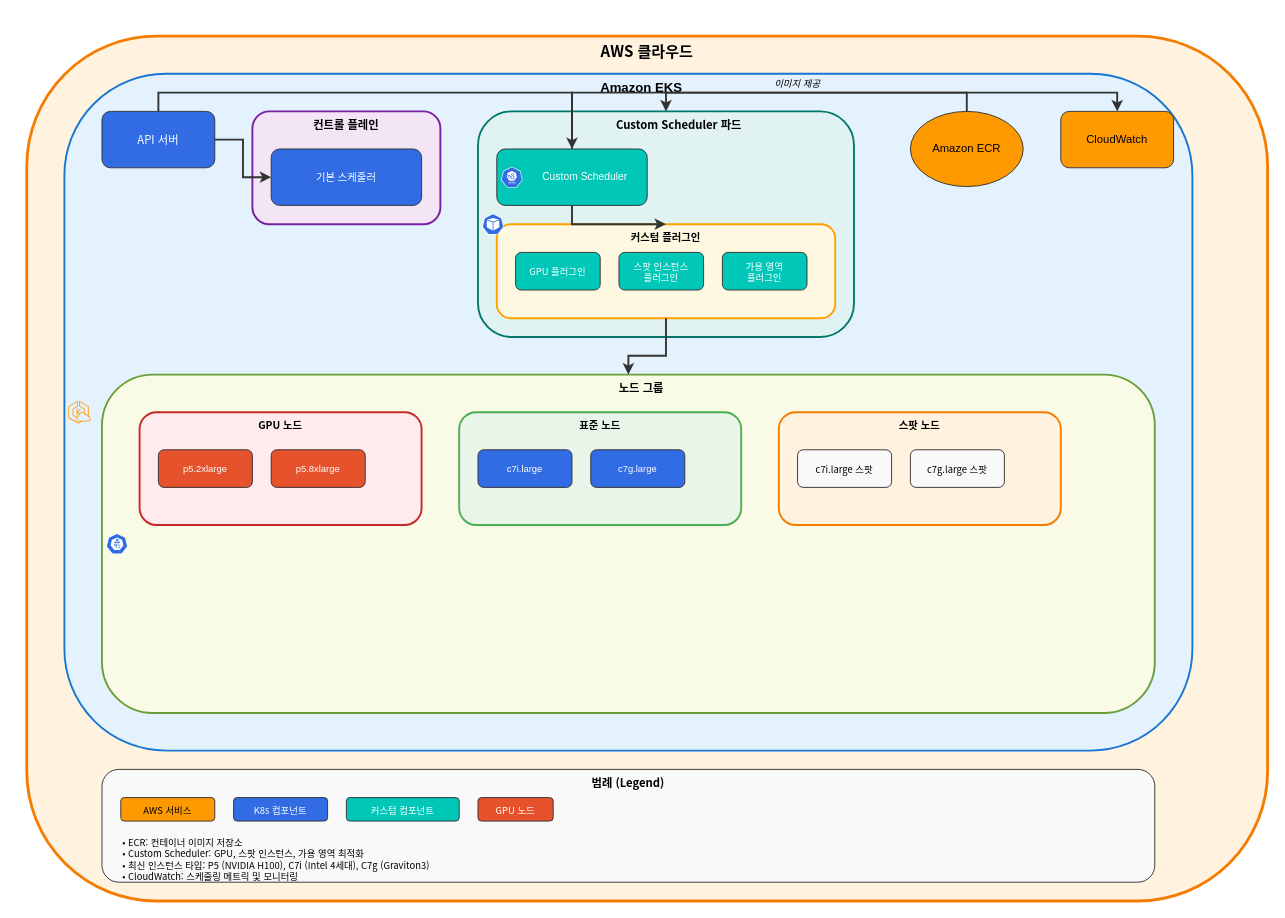
Before: assets/generated-diagrams/aws-eks-custom-scheduler.drawio in Atom-oh/kubernetes-docs, a draw.io diagram. Source tidied: cells renumbered, new cells numbered last; positions are measured from the earlier drawing's top-left corner, leaving out a move shared by most shapes. Both pictures are drawn from the tidied source at 94%, with x=0, y=0 at pixel (26, 36).
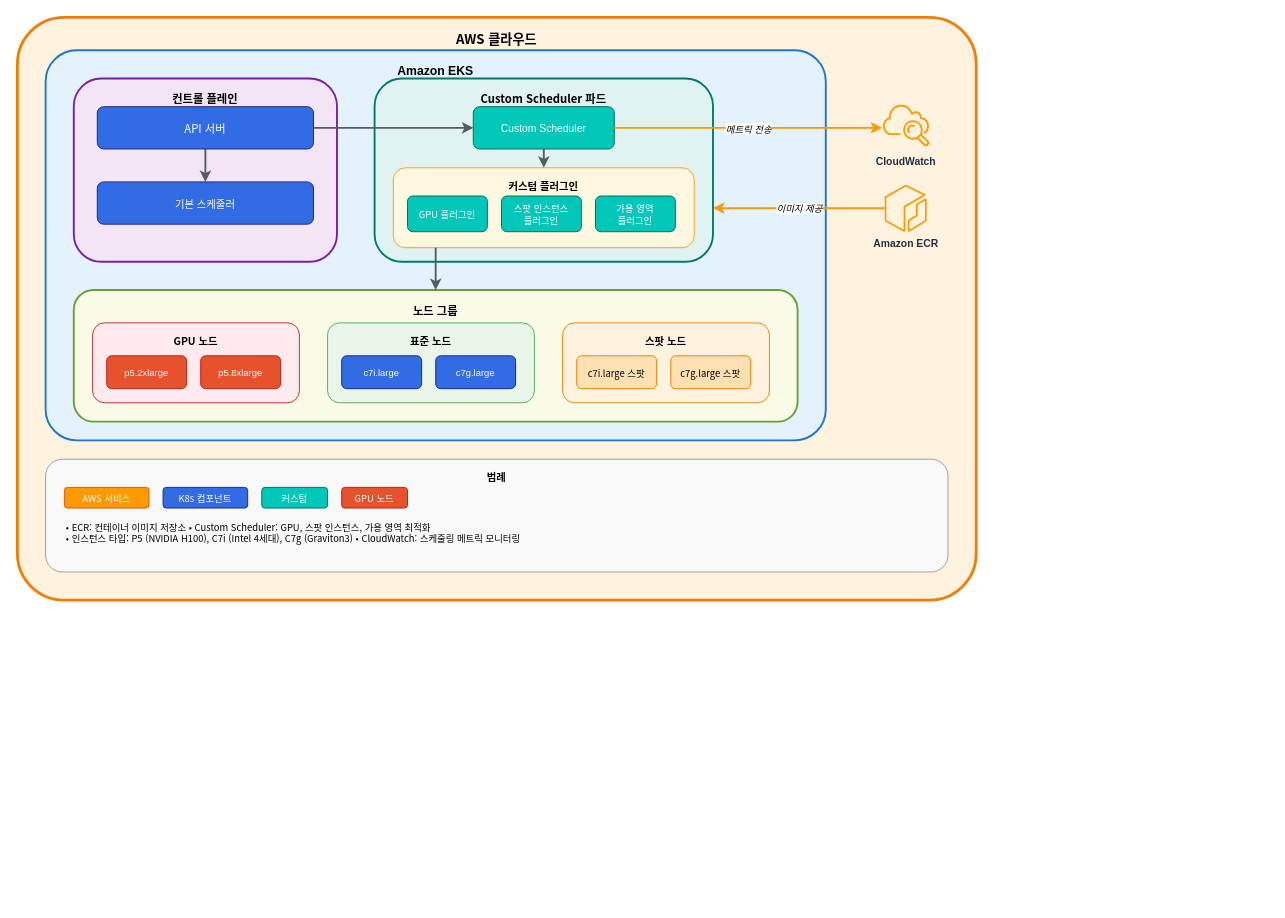
After the change.

What changed in the source:
```diff
@@
-    <mxCell id="2" value="AWS 클라우드" style="rounded=1;whiteSpace=wrap;html=1;fillColor=#FFF3E0;strokeColor=#F57C00;strokeWidth=3;fontSize=16;fontStyle=1;verticalAlign=top;fontFamily=Noto Sans CJK KR;" parent="1" vertex="1">
-      <mxGeometry width="1320" height="920" as="geometry" />
+    <mxCell id="2" value="AWS 클라우드" style="rounded=1;whiteSpace=wrap;html=1;fillColor=#FFF3E0;strokeColor=#F57C00;strokeWidth=3;fontSize=14;fontStyle=1;verticalAlign=top;spacingTop=8;fontFamily=Noto Sans CJK KR;arcSize=8;" parent="1" vertex="1">
+      <mxGeometry x="-10" y="-20" width="1020" height="620" as="geometry" />
     </mxCell>
-    <mxCell id="3" value="Amazon EKS" style="rounded=1;whiteSpace=wrap;html=1;fillColor=#E3F2FD;strokeColor=#1976D2;strokeWidth=2;fontSize=14;fontStyle=1;verticalAlign=top;spacingLeft=28;" parent="1" vertex="1">
-      <mxGeometry x="40" y="40" width="1200" height="720" as="geometry" />
+    <mxCell id="3" value="Amazon EKS" style="rounded=1;whiteSpace=wrap;html=1;fillColor=#E3F2FD;strokeColor=#1976D2;strokeWidth=2;fontSize=13;fontStyle=1;verticalAlign=top;spacingTop=8;arcSize=8;" parent="1" vertex="1">
+      <mxGeometry x="20" y="15" width="830" height="415" as="geometry" />
     </mxCell>
-    <mxCell id="4" value="API 서버" style="rounded=1;whiteSpace=wrap;html=1;fillColor=#326CE5;strokeColor=#333333;fontSize=12;fontColor=white;fontFamily=Noto Sans CJK KR;" parent="1" vertex="1">
-      <mxGeometry x="80" y="80" width="120" height="60" as="geometry" />
-    </mxCell>
-    <mxCell id="5" value="컨트롤 플레인" style="rounded=1;whiteSpace=wrap;html=1;fillColor=#F3E5F5;strokeColor=#7B1FA2;strokeWidth=2;fontSize=12;fontStyle=1;verticalAlign=top;fontFamily=Noto Sans CJK KR;" parent="1" vertex="1">
-      <mxGeometry x="240" y="80" width="200" height="120" as="geometry" />
+    <mxCell id="5" value="컨트롤 플레인" style="rounded=1;whiteSpace=wrap;html=1;fillColor=#F3E5F5;strokeColor=#7B1FA2;strokeWidth=2;fontSize=12;fontStyle=1;verticalAlign=top;spacingTop=8;fontFamily=Noto Sans CJK KR;" parent="1" vertex="1">
+      <mxGeometry x="50" y="45" width="280" height="195" as="geometry" />
     </mxCell>
-    <mxCell id="6" value="기본 스케줄러" style="rounded=1;whiteSpace=wrap;html=1;fillColor=#326CE5;strokeColor=#333333;fontSize=11;fontColor=white;fontFamily=Noto Sans CJK KR;" parent="1" vertex="1">
-      <mxGeometry x="260" y="120" width="160" height="60" as="geometry" />
+    <mxCell id="6" value="기본 스케줄러" style="rounded=1;whiteSpace=wrap;html=1;fillColor=#326CE5;strokeColor=#1A237E;fontSize=11;fontColor=white;fontFamily=Noto Sans CJK KR;" parent="1" vertex="1">
+      <mxGeometry x="75" y="155" width="230" height="45" as="geometry" />
     </mxCell>
-    <mxCell id="7" value="Custom Scheduler 파드" style="rounded=1;whiteSpace=wrap;html=1;fillColor=#E0F2F1;strokeColor=#00796B;strokeWidth=2;fontSize=12;fontStyle=1;verticalAlign=top;fontFamily=Noto Sans CJK KR;spacingLeft=28;" parent="1" vertex="1">
-      <mxGeometry x="480" y="80" width="400" height="240" as="geometry" />
+    <mxCell id="7" value="Custom Scheduler 파드" style="rounded=1;whiteSpace=wrap;html=1;fillColor=#E0F2F1;strokeColor=#00796B;strokeWidth=2;fontSize=12;fontStyle=1;verticalAlign=top;spacingTop=8;fontFamily=Noto Sans CJK KR;" parent="1" vertex="1">
+      <mxGeometry x="370" y="45" width="360" height="195" as="geometry" />
     </mxCell>
-    <mxCell id="8" value="Custom Scheduler" style="rounded=1;whiteSpace=wrap;html=1;fillColor=#00C7B7;strokeColor=#333333;fontSize=11;fontColor=white;spacingLeft=28;" parent="1" vertex="1">
-      <mxGeometry x="500" y="120" width="160" height="60" as="geometry" />
+    <mxCell id="8" value="Custom Scheduler" style="rounded=1;whiteSpace=wrap;html=1;fillColor=#00C7B7;strokeColor=#00695C;fontSize=11;fontColor=white;" parent="1" vertex="1">
+      <mxGeometry x="475" y="75" width="150" height="45" as="geometry" />
     </mxCell>
-    <mxCell id="9" value="커스텀 플러그인" style="rounded=1;whiteSpace=wrap;html=1;fillColor=#FFF8E1;strokeColor=#FFA000;strokeWidth=2;fontSize=11;fontStyle=1;verticalAlign=top;fontFamily=Noto Sans CJK KR;" parent="1" vertex="1">
-      <mxGeometry x="500" y="200" width="360" height="100" as="geometry" />
+    <mxCell id="9" value="커스텀 플러그인" style="rounded=1;whiteSpace=wrap;html=1;fillColor=#FFF8E1;strokeColor=#FFA000;strokeWidth=1;fontSize=11;fontStyle=1;verticalAlign=top;spacingTop=6;fontFamily=Noto Sans CJK KR;" parent="1" vertex="1">
+      <mxGeometry x="390" y="140" width="320" height="85" as="geometry" />
     </mxCell>
-    <mxCell id="10" value="GPU 플러그인" style="rounded=1;whiteSpace=wrap;html=1;fillColor=#00C7B7;strokeColor=#333333;fontSize=10;fontColor=white;fontFamily=Noto Sans CJK KR;" parent="1" vertex="1">
-      <mxGeometry x="520" y="230" width="90" height="40" as="geometry" />
+    <mxCell id="10" value="GPU 플러그인" style="rounded=1;whiteSpace=wrap;html=1;fillColor=#00C7B7;strokeColor=#00695C;fontSize=10;fontColor=white;fontFamily=Noto Sans CJK KR;" parent="1" vertex="1">
+      <mxGeometry x="405" y="170" width="85" height="38" as="geometry" />
     </mxCell>
-    <mxCell id="11" value="스팟 인스턴스&#10;플러그인" style="rounded=1;whiteSpace=wrap;html=1;fillColor=#00C7B7;strokeColor=#333333;fontSize=10;fontColor=white;fontFamily=Noto Sans CJK KR;" parent="1" vertex="1">
-      <mxGeometry x="630" y="230" width="90" height="40" as="geometry" />
+    <mxCell id="11" value="스팟 인스턴스&#10;플러그인" style="rounded=1;whiteSpace=wrap;html=1;fillColor=#00C7B7;strokeColor=#00695C;fontSize=10;fontColor=white;fontFamily=Noto Sans CJK KR;" parent="1" vertex="1">
+      <mxGeometry x="505" y="170" width="85" height="38" as="geometry" />
     </mxCell>
-    <mxCell id="12" value="가용 영역&#10;플러그인" style="rounded=1;whiteSpace=wrap;html=1;fillColor=#00C7B7;strokeColor=#333333;fontSize=10;fontColor=white;fontFamily=Noto Sans CJK KR;" parent="1" vertex="1">
-      <mxGeometry x="740" y="230" width="90" height="40" as="geometry" />
+    <mxCell id="12" value="가용 영역&#10;플러그인" style="rounded=1;whiteSpace=wrap;html=1;fillColor=#00C7B7;strokeColor=#00695C;fontSize=10;fontColor=white;fontFamily=Noto Sans CJK KR;" parent="1" vertex="1">
+      <mxGeometry x="605" y="170" width="85" height="38" as="geometry" />
     </mxCell>
-    <mxCell id="13" value="노드 그룹" style="rounded=1;whiteSpace=wrap;html=1;fillColor=#F9FBE7;strokeColor=#689F38;strokeWidth=2;fontSize=12;fontStyle=1;verticalAlign=top;fontFamily=Noto Sans CJK KR;spacingLeft=28;" parent="1" vertex="1">
-      <mxGeometry x="80" y="360" width="1120" height="360" as="geometry" />
+    <mxCell id="13" value="노드 그룹" style="rounded=1;whiteSpace=wrap;html=1;fillColor=#F9FBE7;strokeColor=#689F38;strokeWidth=2;fontSize=12;fontStyle=1;verticalAlign=top;spacingTop=8;fontFamily=Noto Sans CJK KR;" parent="1" vertex="1">
+      <mxGeometry x="50" y="270" width="770" height="140" as="geometry" />
     </mxCell>
-    <mxCell id="14" value="GPU 노드" style="rounded=1;whiteSpace=wrap;html=1;fillColor=#FFEBEE;strokeColor=#C62828;strokeWidth=2;fontSize=11;fontStyle=1;verticalAlign=top;fontFamily=Noto Sans CJK KR;" parent="1" vertex="1">
-      <mxGeometry x="120" y="400" width="300" height="120" as="geometry" />
-    </mxCell>
+    <mxCell id="42" value="GPU 노드" style="rounded=1;whiteSpace=wrap;html=1;fillColor=#FFEBEE;strokeColor=#C62828;strokeWidth=1;fontSize=11;fontStyle=1;verticalAlign=top;spacingTop=6;fontFamily=Noto Sans CJK KR;" parent="1" vertex="1">
+      <mxGeometry x="70" y="305" width="220" height="85" as="geometry" />
+    </mxCell>
-    <mxCell id="15" value="p5.2xlarge" style="rounded=1;whiteSpace=wrap;html=1;fillColor=#E6522C;strokeColor=#333333;fontSize=10;fontColor=white;" parent="1" vertex="1">
-      <mxGeometry x="140" y="440" width="100" height="40" as="geometry" />
+    <mxCell id="15" value="p5.2xlarge" style="rounded=1;whiteSpace=wrap;html=1;fillColor=#E6522C;strokeColor=#B71C1C;fontSize=10;fontColor=white;" parent="1" vertex="1">
+      <mxGeometry x="85" y="340" width="85" height="35" as="geometry" />
     </mxCell>
-    <mxCell id="16" value="p5.8xlarge" style="rounded=1;whiteSpace=wrap;html=1;fillColor=#E6522C;strokeColor=#333333;fontSize=10;fontColor=white;" parent="1" vertex="1">
-      <mxGeometry x="260" y="440" width="100" height="40" as="geometry" />
+    <mxCell id="16" value="p5.8xlarge" style="rounded=1;whiteSpace=wrap;html=1;fillColor=#E6522C;strokeColor=#B71C1C;fontSize=10;fontColor=white;" parent="1" vertex="1">
+      <mxGeometry x="185" y="340" width="85" height="35" as="geometry" />
     </mxCell>
-    <mxCell id="17" value="표준 노드" style="rounded=1;whiteSpace=wrap;html=1;fillColor=#E8F5E8;strokeColor=#4CAF50;strokeWidth=2;fontSize=11;fontStyle=1;verticalAlign=top;fontFamily=Noto Sans CJK KR;" parent="1" vertex="1">
-      <mxGeometry x="460" y="400" width="300" height="120" as="geometry" />
+    <mxCell id="17" value="표준 노드" style="rounded=1;whiteSpace=wrap;html=1;fillColor=#E8F5E8;strokeColor=#4CAF50;strokeWidth=1;fontSize=11;fontStyle=1;verticalAlign=top;spacingTop=6;fontFamily=Noto Sans CJK KR;" parent="1" vertex="1">
+      <mxGeometry x="320" y="305" width="220" height="85" as="geometry" />
     </mxCell>
-    <mxCell id="18" value="c7i.large" style="rounded=1;whiteSpace=wrap;html=1;fillColor=#326CE5;strokeColor=#333333;fontSize=10;fontColor=white;" parent="1" vertex="1">
-      <mxGeometry x="480" y="440" width="100" height="40" as="geometry" />
+    <mxCell id="18" value="c7i.large" style="rounded=1;whiteSpace=wrap;html=1;fillColor=#326CE5;strokeColor=#1A237E;fontSize=10;fontColor=white;" parent="1" vertex="1">
+      <mxGeometry x="335" y="340" width="85" height="35" as="geometry" />
     </mxCell>
-    <mxCell id="19" value="c7g.large" style="rounded=1;whiteSpace=wrap;html=1;fillColor=#326CE5;strokeColor=#333333;fontSize=10;fontColor=white;" parent="1" vertex="1">
-      <mxGeometry x="600" y="440" width="100" height="40" as="geometry" />
+    <mxCell id="19" value="c7g.large" style="rounded=1;whiteSpace=wrap;html=1;fillColor=#326CE5;strokeColor=#1A237E;fontSize=10;fontColor=white;" parent="1" vertex="1">
+      <mxGeometry x="435" y="340" width="85" height="35" as="geometry" />
     </mxCell>
-    <mxCell id="20" value="스팟 노드" style="rounded=1;whiteSpace=wrap;html=1;fillColor=#FFF3E0;strokeColor=#F57C00;strokeWidth=2;fontSize=11;fontStyle=1;verticalAlign=top;fontFamily=Noto Sans CJK KR;" parent="1" vertex="1">
-      <mxGeometry x="800" y="400" width="300" height="120" as="geometry" />
+    <mxCell id="20" value="스팟 노드" style="rounded=1;whiteSpace=wrap;html=1;fillColor=#FFF3E0;strokeColor=#F57C00;strokeWidth=1;fontSize=11;fontStyle=1;verticalAlign=top;spacingTop=6;fontFamily=Noto Sans CJK KR;" parent="1" vertex="1">
+      <mxGeometry x="570" y="305" width="220" height="85" as="geometry" />
     </mxCell>
-    <mxCell id="21" value="c7i.large 스팟" style="rounded=1;whiteSpace=wrap;html=1;fillColor=#f9f9f9;strokeColor=#333333;fontSize=10;fontColor=black;fontFamily=Noto Sans CJK KR;" parent="1" vertex="1">
-      <mxGeometry x="820" y="440" width="100" height="40" as="geometry" />
+    <mxCell id="21" value="c7i.large 스팟" style="rounded=1;whiteSpace=wrap;html=1;fillColor=#FFE0B2;strokeColor=#F57C00;fontSize=10;fontFamily=Noto Sans CJK KR;" parent="1" vertex="1">
+      <mxGeometry x="585" y="340" width="85" height="35" as="geometry" />
     </mxCell>
-    <mxCell id="22" value="c7g.large 스팟" style="rounded=1;whiteSpace=wrap;html=1;fillColor=#f9f9f9;strokeColor=#333333;fontSize=10;fontColor=black;fontFamily=Noto Sans CJK KR;" parent="1" vertex="1">
-      <mxGeometry x="940" y="440" width="100" height="40" as="geometry" />
+    <mxCell id="22" value="c7g.large 스팟" style="rounded=1;whiteSpace=wrap;html=1;fillColor=#FFE0B2;strokeColor=#F57C00;fontSize=10;fontFamily=Noto Sans CJK KR;" parent="1" vertex="1">
+      <mxGeometry x="685" y="340" width="85" height="35" as="geometry" />
     </mxCell>
-    <mxCell id="23" value="Amazon ECR" style="ellipse;whiteSpace=wrap;html=1;fillColor=#FF9900;strokeColor=#333333;fontSize=12;fontColor=black;" parent="1" vertex="1">
-      <mxGeometry x="940" y="80" width="120" height="80" as="geometry" />
+    <mxCell id="23" value="Amazon ECR" style="sketch=0;outlineConnect=0;fontColor=#232F3E;gradientColor=none;fillColor=#FF9900;strokeColor=none;dashed=0;verticalLabelPosition=bottom;verticalAlign=top;align=center;html=1;fontSize=11;fontStyle=1;shape=mxgraph.aws4.ecr;" parent="1" vertex="1">
+      <mxGeometry x="910" y="158" width="50" height="50" as="geometry" />
     </mxCell>
-    <mxCell id="24" value="CloudWatch" style="rounded=1;whiteSpace=wrap;html=1;fillColor=#FF9900;strokeColor=#333333;fontSize=12;fontColor=black;" parent="1" vertex="1">
-      <mxGeometry x="1100" y="80" width="120" height="60" as="geometry" />
+    <mxCell id="24" value="CloudWatch" style="sketch=0;outlineConnect=0;fontColor=#232F3E;gradientColor=none;fillColor=#FF9900;strokeColor=none;dashed=0;verticalLabelPosition=bottom;verticalAlign=top;align=center;html=1;fontSize=11;fontStyle=1;shape=mxgraph.aws4.cloudwatch;" parent="1" vertex="1">
+      <mxGeometry x="910" y="70" width="50" height="50" as="geometry" />
     </mxCell>
-    <mxCell id="25" style="edgeStyle=orthogonalEdgeStyle;rounded=0;jettySize=auto;html=1;strokeWidth=2;strokeColor=#333333;endArrow=classic;" parent="1" edge="1" source="23" target="7">
-      <mxGeometry relative="1" as="geometry">
-        <Array as="points">
-          <mxPoint x="1000" y="60" />
-          <mxPoint x="680" y="60" />
-        </Array>
-      </mxGeometry>
-    </mxCell>
-    <mxCell id="26" style="edgeStyle=orthogonalEdgeStyle;rounded=0;jettySize=auto;html=1;strokeWidth=2;strokeColor=#333333;endArrow=classic;" parent="1" edge="1" source="4" target="6">
+    <mxCell id="26" style="edgeStyle=orthogonalEdgeStyle;rounded=0;html=1;strokeWidth=2;strokeColor=#545B64;endArrow=classic;" parent="1" edge="1" source="4" target="6">
       <mxGeometry relative="1" as="geometry" />
     </mxCell>
-    <mxCell id="27" style="edgeStyle=orthogonalEdgeStyle;rounded=0;jettySize=auto;html=1;strokeWidth=2;strokeColor=#333333;endArrow=classic;" parent="1" edge="1" source="4" target="8">
+    <mxCell id="27" style="edgeStyle=orthogonalEdgeStyle;rounded=0;html=1;strokeWidth=2;strokeColor=#545B64;endArrow=classic;exitX=1;exitY=0.5;exitDx=0;exitDy=0;" parent="1" edge="1" source="4" target="8">
       <mxGeometry relative="1" as="geometry">
         <Array as="points">
-          <mxPoint x="140" y="60" />
-          <mxPoint x="580" y="60" />
+          <mxPoint x="430" y="98" />
+          <mxPoint x="430" y="98" />
         </Array>
       </mxGeometry>
     </mxCell>
-    <mxCell id="28" style="edgeStyle=orthogonalEdgeStyle;rounded=0;jettySize=auto;html=1;strokeWidth=2;strokeColor=#333333;endArrow=classic;" parent="1" edge="1" source="8" target="9">
+    <mxCell id="28" style="edgeStyle=orthogonalEdgeStyle;rounded=0;html=1;strokeWidth=2;strokeColor=#545B64;endArrow=classic;" parent="1" edge="1" source="8" target="9">
       <mxGeometry relative="1" as="geometry" />
     </mxCell>
-    <mxCell id="29" style="edgeStyle=orthogonalEdgeStyle;rounded=0;jettySize=auto;html=1;strokeWidth=2;strokeColor=#333333;endArrow=classic;" parent="1" edge="1" source="9" target="13">
+    <mxCell id="29" style="edgeStyle=orthogonalEdgeStyle;rounded=0;html=1;strokeWidth=2;strokeColor=#545B64;endArrow=classic;" parent="1" edge="1" source="9" target="13">
       <mxGeometry relative="1" as="geometry">
         <Array as="points">
-          <mxPoint x="680" y="340" />
-          <mxPoint x="640" y="340" />
+          <mxPoint x="435" y="240" />
+          <mxPoint x="435" y="240" />
         </Array>
       </mxGeometry>
     </mxCell>
+    <mxCell id="31" value="이미지 제공" style="edgeStyle=orthogonalEdgeStyle;rounded=0;html=1;strokeWidth=2;strokeColor=#FF9900;endArrow=classic;fontSize=10;fontStyle=2;fontFamily=Noto Sans CJK KR;" parent="1" edge="1" source="23" target="7">
+      <mxGeometry relative="1" as="geometry">
+        <Array as="points">
+          <mxPoint x="780" y="183" />
+          <mxPoint x="780" y="183" />
+        </Array>
+      </mxGeometry>
+    </mxCell>
-    <mxCell id="30" style="edgeStyle=orthogonalEdgeStyle;rounded=0;jettySize=auto;html=1;strokeWidth=2;strokeColor=#333333;endArrow=classic;" parent="1" edge="1" source="8" target="24">
+    <mxCell id="30" value="메트릭 전송" style="edgeStyle=orthogonalEdgeStyle;rounded=0;html=1;strokeWidth=2;strokeColor=#FF9900;endArrow=classic;fontSize=10;fontStyle=2;fontFamily=Noto Sans CJK KR;" parent="1" edge="1" source="8" target="24">
       <mxGeometry relative="1" as="geometry">
         <Array as="points">
-          <mxPoint x="580" y="60" />
-          <mxPoint x="1160" y="60" />
+          <mxPoint x="870" y="98" />
+          <mxPoint x="870" y="98" />
         </Array>
       </mxGeometry>
     </mxCell>
-    <mxCell id="31" value="이미지 제공" style="text;html=1;strokeColor=none;fillColor=none;align=center;verticalAlign=middle;whiteSpace=wrap;rounded=0;fontSize=10;fontStyle=2;fontFamily=Noto Sans CJK KR;" parent="1" vertex="1">
-      <mxGeometry x="780" y="40" width="80" height="20" as="geometry" />
-    </mxCell>
-    <mxCell id="32" value="범례 (Legend)" style="rounded=1;whiteSpace=wrap;html=1;fillColor=#f9f9f9;strokeColor=#333333;strokeWidth=1;fontSize=12;fontStyle=1;verticalAlign=top;fontFamily=Noto Sans CJK KR;" parent="1" vertex="1">
-      <mxGeometry x="80" y="780" width="1120" height="120" as="geometry" />
-    </mxCell>
+    <mxCell id="43" value="범례" style="rounded=1;whiteSpace=wrap;html=1;fillColor=#f9f9f9;strokeColor=#999;strokeWidth=1;fontSize=11;fontStyle=1;verticalAlign=top;spacingTop=6;fontFamily=Noto Sans CJK KR;" parent="1" vertex="1">
+      <mxGeometry x="20" y="450" width="960" height="120" as="geometry" />
+    </mxCell>
-    <mxCell id="33" value="AWS 서비스" style="rounded=1;whiteSpace=wrap;html=1;fillColor=#FF9900;strokeColor=#333333;fontSize=10;fontColor=black;fontFamily=Noto Sans CJK KR;" parent="1" vertex="1">
-      <mxGeometry x="100" y="810" width="100" height="25" as="geometry" />
+    <mxCell id="33" value="AWS 서비스" style="rounded=1;whiteSpace=wrap;html=1;fillColor=#FF9900;strokeColor=#E65100;fontSize=10;fontColor=white;fontFamily=Noto Sans CJK KR;" parent="1" vertex="1">
+      <mxGeometry x="40" y="480" width="90" height="22" as="geometry" />
     </mxCell>
-    <mxCell id="34" value="K8s 컴포넌트" style="rounded=1;whiteSpace=wrap;html=1;fillColor=#326CE5;strokeColor=#333333;fontSize=10;fontColor=white;fontFamily=Noto Sans CJK KR;" parent="1" vertex="1">
-      <mxGeometry x="220" y="810" width="100" height="25" as="geometry" />
+    <mxCell id="34" value="K8s 컴포넌트" style="rounded=1;whiteSpace=wrap;html=1;fillColor=#326CE5;strokeColor=#1A237E;fontSize=10;fontColor=white;fontFamily=Noto Sans CJK KR;" parent="1" vertex="1">
+      <mxGeometry x="145" y="480" width="90" height="22" as="geometry" />
     </mxCell>
-    <mxCell id="35" value="커스텀 컴포넌트" style="rounded=1;whiteSpace=wrap;html=1;fillColor=#00C7B7;strokeColor=#333333;fontSize=10;fontColor=white;fontFamily=Noto Sans CJK KR;" parent="1" vertex="1">
-      <mxGeometry x="340" y="810" width="120" height="25" as="geometry" />
-    </mxCell>
-    <mxCell id="36" value="GPU 노드" style="rounded=1;whiteSpace=wrap;html=1;fillColor=#E6522C;strokeColor=#333333;fontSize=10;fontColor=white;fontFamily=Noto Sans CJK KR;" parent="1" vertex="1">
-      <mxGeometry x="480" y="810" width="80" height="25" as="geometry" />
-    </mxCell>
-    <mxCell id="37" value="• ECR: 컨테이너 이미지 저장소&#10;• Custom Scheduler: GPU, 스팟 인스턴스, 가용 영역 최적화&#10;• 최신 인스턴스 타입: P5 (NVIDIA H100), C7i (Intel 4세대), C7g (Graviton3)&#10;• CloudWatch: 스케줄링 메트릭 및 모니터링" style="text;html=1;strokeColor=none;fillColor=none;align=left;verticalAlign=top;whiteSpace=wrap;rounded=0;fontSize=10;strokeWidth=2;fontFamily=Noto Sans CJK KR;" parent="1" vertex="1">
-      <mxGeometry x="100" y="845" width="1080" height="45" as="geometry" />
-    </mxCell>
-    <mxCell id="38" style="sketch=0;fontColor=#232F3E;gradientColor=none;fillColor=#FF9900;strokeColor=none;dashed=0;verticalLabelPosition=middle;verticalAlign=middle;align=left;html=1;fontSize=0;fontStyle=0;shape=mxgraph.aws4.eks_cloud;" parent="1" vertex="1">
-      <mxGeometry x="44" y="388" width="24" height="24" as="geometry" />
-    </mxCell>
-    <mxCell id="39" style="sketch=0;fontColor=#232F3E;gradientColor=none;fillColor=#326CE5;strokeColor=none;dashed=0;verticalLabelPosition=middle;verticalAlign=middle;align=left;html=1;fontSize=0;fontStyle=0;shape=mxgraph.kubernetes.icon;prIcon=pod;" parent="1" vertex="1">
-      <mxGeometry x="484" y="189" width="24" height="22" as="geometry" />
-    </mxCell>
-    <mxCell id="40" style="sketch=0;fontColor=#232F3E;gradientColor=none;fillColor=#326CE5;strokeColor=none;dashed=0;verticalLabelPosition=middle;verticalAlign=middle;align=left;html=1;fontSize=0;fontStyle=0;shape=mxgraph.kubernetes.icon;prIcon=sched;" parent="1" vertex="1">
-      <mxGeometry x="504" y="139" width="24" height="22" as="geometry" />
-    </mxCell>
-    <mxCell id="41" style="sketch=0;fontColor=#232F3E;gradientColor=none;fillColor=#326CE5;strokeColor=none;dashed=0;verticalLabelPosition=middle;verticalAlign=middle;align=left;html=1;fontSize=0;fontStyle=0;shape=mxgraph.kubernetes.icon;prIcon=node;" parent="1" vertex="1">
-      <mxGeometry x="84" y="529" width="24" height="22" as="geometry" />
-    </mxCell>
+    <mxCell id="44" value="커스텀" style="rounded=1;whiteSpace=wrap;html=1;fillColor=#00C7B7;strokeColor=#00695C;fontSize=10;fontColor=white;fontFamily=Noto Sans CJK KR;" parent="1" vertex="1">
+      <mxGeometry x="250" y="480" width="70" height="22" as="geometry" />
+    </mxCell>
+    <mxCell id="45" value="GPU 노드" style="rounded=1;whiteSpace=wrap;html=1;fillColor=#E6522C;strokeColor=#B71C1C;fontSize=10;fontColor=white;fontFamily=Noto Sans CJK KR;" parent="1" vertex="1">
+      <mxGeometry x="335" y="480" width="70" height="22" as="geometry" />
+    </mxCell>
+    <mxCell id="46" value="• ECR: 컨테이너 이미지 저장소  • Custom Scheduler: GPU, 스팟 인스턴스, 가용 영역 최적화&#10;• 인스턴스 타입: P5 (NVIDIA H100), C7i (Intel 4세대), C7g (Graviton3)  • CloudWatch: 스케줄링 메트릭 모니터링" style="text;html=1;strokeColor=none;fillColor=none;align=left;verticalAlign=top;whiteSpace=wrap;rounded=0;fontSize=10;fontFamily=Noto Sans CJK KR;" parent="1" vertex="1">
+      <mxGeometry x="40" y="510" width="1040" height="45" as="geometry" />
+    </mxCell>
+    <mxCell id="4" value="API 서버" style="rounded=1;whiteSpace=wrap;html=1;fillColor=#326CE5;strokeColor=#1A237E;fontSize=12;fontColor=white;fontFamily=Noto Sans CJK KR;" parent="1" vertex="1">
+      <mxGeometry x="75" y="75" width="230" height="45" as="geometry" />
+    </mxCell>
```
